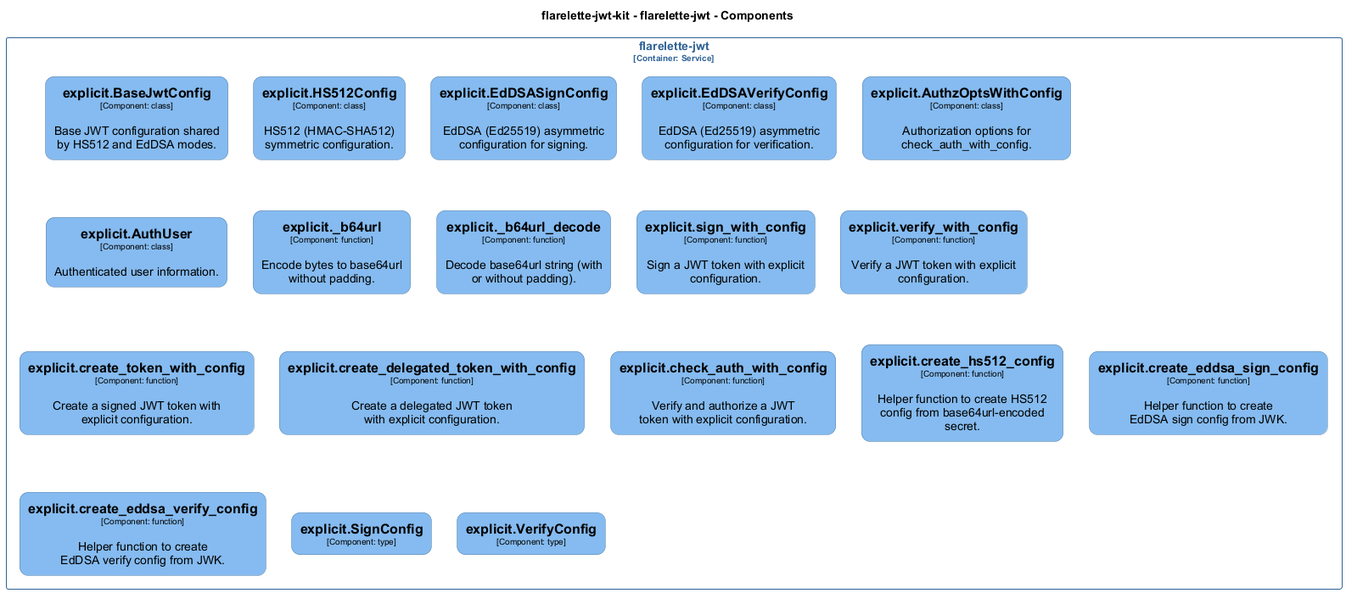
Before: docs/architecture/diagrams/structurizr-Classes_flarelette_jwt__explicit.png, a diagram exported from PlantUML (chrislyons-dev/flarelette-jwt-kit).
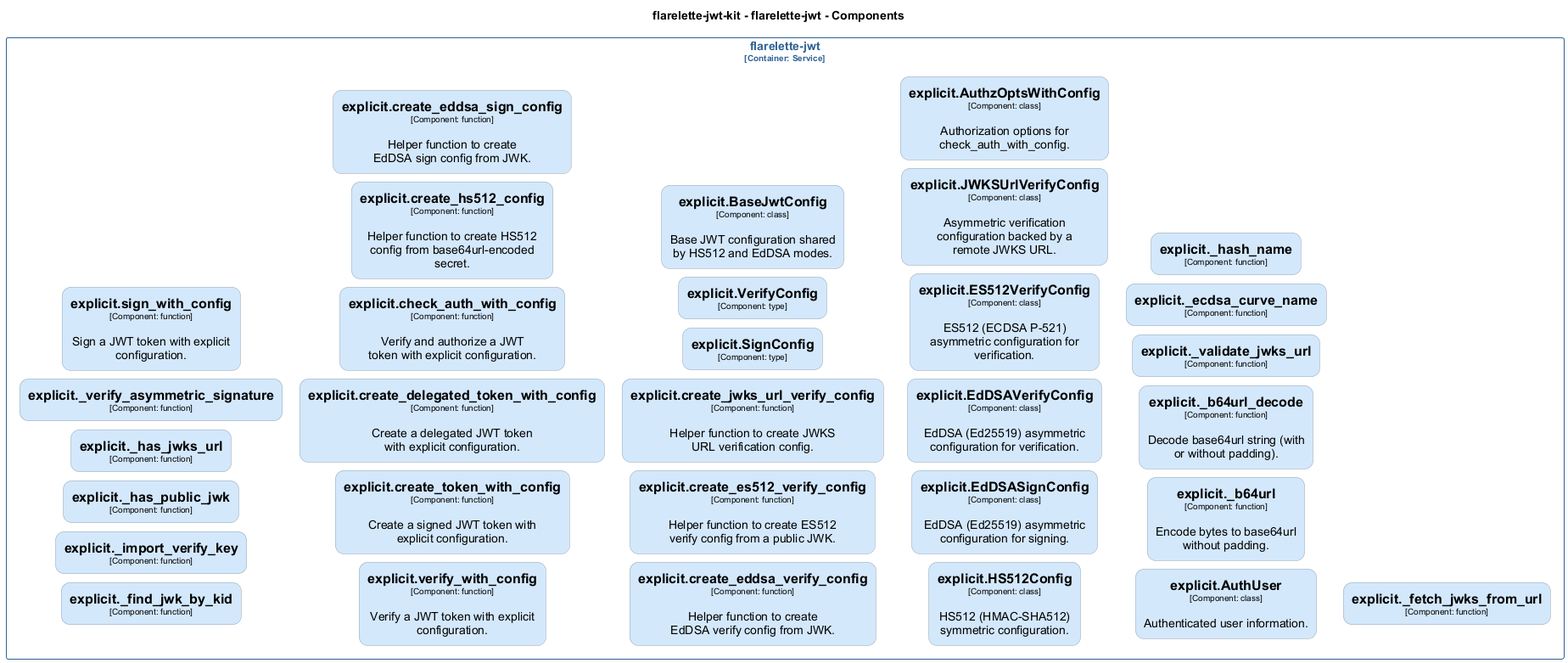
After the change.

What changed in the source:
```diff
@@ -2,9 +2,9 @@
 set separator none
 title flarelette-jwt-kit - flarelette-jwt - Components
 
-top to bottom direction
-skinparam ranksep 60
-skinparam nodesep 30
+left to right direction
+skinparam ranksep 20
+skinparam nodesep 10
 
 skinparam {
   arrowFontSize 10
@@ -17,128 +17,219 @@
 hide stereotype
 
 skinparam rectangle<<flarelettejwtkit.flarelettejwt.explicitAuthUser>> {
-  BackgroundColor #85bbf0
+  BackgroundColor #d4e8fc
   FontColor #000000
-  BorderColor #5d82a8
+  BorderColor #94a2b0
   roundCorner 20
   shadowing false
 }
 skinparam rectangle<<flarelettejwtkit.flarelettejwt.explicitAuthzOptsWithConfig>> {
-  BackgroundColor #85bbf0
+  BackgroundColor #d4e8fc
   FontColor #000000
-  BorderColor #5d82a8
+  BorderColor #94a2b0
   roundCorner 20
   shadowing false
 }
 skinparam rectangle<<flarelettejwtkit.flarelettejwt.explicitBaseJwtConfig>> {
-  BackgroundColor #85bbf0
+  BackgroundColor #d4e8fc
   FontColor #000000
-  BorderColor #5d82a8
+  BorderColor #94a2b0
+  roundCorner 20
+  shadowing false
+}
+skinparam rectangle<<flarelettejwtkit.flarelettejwt.explicitES512VerifyConfig>> {
+  BackgroundColor #d4e8fc
+  FontColor #000000
+  BorderColor #94a2b0
   roundCorner 20
   shadowing false
 }
 skinparam rectangle<<flarelettejwtkit.flarelettejwt.explicitEdDSASignConfig>> {
-  BackgroundColor #85bbf0
+  BackgroundColor #d4e8fc
   FontColor #000000
-  BorderColor #5d82a8
+  BorderColor #94a2b0
   roundCorner 20
   shadowing false
 }
 skinparam rectangle<<flarelettejwtkit.flarelettejwt.explicitEdDSAVerifyConfig>> {
-  BackgroundColor #85bbf0
+  BackgroundColor #d4e8fc
   FontColor #000000
-  BorderColor #5d82a8
+  BorderColor #94a2b0
   roundCorner 20
   shadowing false
 }
 skinparam rectangle<<flarelettejwtkit.flarelettejwt.explicitHS512Config>> {
-  BackgroundColor #85bbf0
+  BackgroundColor #d4e8fc
   FontColor #000000
-  BorderColor #5d82a8
+  BorderColor #94a2b0
+  roundCorner 20
+  shadowing false
+}
+skinparam rectangle<<flarelettejwtkit.flarelettejwt.explicitJWKSUrlVerifyConfig>> {
+  BackgroundColor #d4e8fc
+  FontColor #000000
+  BorderColor #94a2b0
   roundCorner 20
   shadowing false
 }
 skinparam rectangle<<flarelettejwtkit.flarelettejwt.explicitSignConfig>> {
-  BackgroundColor #85bbf0
+  BackgroundColor #d4e8fc
   FontColor #000000
-  BorderColor #5d82a8
+  BorderColor #94a2b0
   roundCorner 20
   shadowing false
 }
 skinparam rectangle<<flarelettejwtkit.flarelettejwt.explicitVerifyConfig>> {
-  BackgroundColor #85bbf0
+  BackgroundColor #d4e8fc
   FontColor #000000
-  BorderColor #5d82a8
+  BorderColor #94a2b0
   roundCorner 20
   shadowing false
 }
 skinparam rectangle<<flarelettejwtkit.flarelettejwt.explicit_b64url>> {
-  BackgroundColor #85bbf0
+  BackgroundColor #d4e8fc
   FontColor #000000
-  BorderColor #5d82a8
+  BorderColor #94a2b0
   roundCorner 20
   shadowing false
 }
 skinparam rectangle<<flarelettejwtkit.flarelettejwt.explicit_b64url_decode>> {
-  BackgroundColor #85bbf0
+  BackgroundColor #d4e8fc
   FontColor #000000
-  BorderColor #5d82a8
+  BorderColor #94a2b0
+  roundCorner 20
+  shadowing false
+}
+skinparam rectangle<<flarelettejwtkit.flarelettejwt.explicit_ecdsa_curve_name>> {
+  BackgroundColor #d4e8fc
+  FontColor #000000
+  BorderColor #94a2b0
+  roundCorner 20
+  shadowing false
+}
+skinparam rectangle<<flarelettejwtkit.flarelettejwt.explicit_fetch_jwks_from_url>> {
+  BackgroundColor #d4e8fc
+  FontColor #000000
+  BorderColor #94a2b0
+  roundCorner 20
+  shadowing false
+}
+skinparam rectangle<<flarelettejwtkit.flarelettejwt.explicit_find_jwk_by_kid>> {
+  BackgroundColor #d4e8fc
+  FontColor #000000
+  BorderColor #94a2b0
+  roundCorner 20
+  shadowing false
+}
+skinparam rectangle<<flarelettejwtkit.flarelettejwt.explicit_has_jwks_url>> {
+  BackgroundColor #d4e8fc
+  FontColor #000000
+  BorderColor #94a2b0
+  roundCorner 20
+  shadowing false
+}
+skinparam rectangle<<flarelettejwtkit.flarelettejwt.explicit_has_public_jwk>> {
+  BackgroundColor #d4e8fc
+  FontColor #000000
+  BorderColor #94a2b0
+  roundCorner 20
+  shadowing false
+}
+skinparam rectangle<<flarelettejwtkit.flarelettejwt.explicit_hash_name>> {
+  BackgroundColor #d4e8fc
+  FontColor #000000
+  BorderColor #94a2b0
+  roundCorner 20
+  shadowing false
+}
+skinparam rectangle<<flarelettejwtkit.flarelettejwt.explicit_import_verify_key>> {
+  BackgroundColor #d4e8fc
+  FontColor #000000
+  BorderColor #94a2b0
+  roundCorner 20
+  shadowing false
+}
+skinparam rectangle<<flarelettejwtkit.flarelettejwt.explicit_validate_jwks_url>> {
+  BackgroundColor #d4e8fc
+  FontColor #000000
+  BorderColor #94a2b0
+  roundCorner 20
+  shadowing false
+}
+skinparam rectangle<<flarelettejwtkit.flarelettejwt.explicit_verify_asymmetric_signature>> {
+  BackgroundColor #d4e8fc
+  FontColor #000000
+  BorderColor #94a2b0
   roundCorner 20
   shadowing false
 }
 skinparam rectangle<<flarelettejwtkit.flarelettejwt.explicitcheck_auth_with_config>> {
-  BackgroundColor #85bbf0
+  BackgroundColor #d4e8fc
   FontColor #000000
-  BorderColor #5d82a8
+  BorderColor #94a2b0
   roundCorner 20
   shadowing false
 }
 skinparam rectangle<<flarelettejwtkit.flarelettejwt.explicitcreate_delegated_token_with_config>> {
-  BackgroundColor #85bbf0
+  BackgroundColor #d4e8fc
   FontColor #000000
-  BorderColor #5d82a8
+  BorderColor #94a2b0
   roundCorner 20
   shadowing false
 }
 skinparam rectangle<<flarelettejwtkit.flarelettejwt.explicitcreate_eddsa_sign_config>> {
-  BackgroundColor #85bbf0
+  BackgroundColor #d4e8fc
   FontColor #000000
-  BorderColor #5d82a8
+  BorderColor #94a2b0
   roundCorner 20
   shadowing false
 }
 skinparam rectangle<<flarelettejwtkit.flarelettejwt.explicitcreate_eddsa_verify_config>> {
-  BackgroundColor #85bbf0
+  BackgroundColor #d4e8fc
   FontColor #000000
-  BorderColor #5d82a8
+  BorderColor #94a2b0
+  roundCorner 20
+  shadowing false
+}
+skinparam rectangle<<flarelettejwtkit.flarelettejwt.explicitcreate_es512_verify_config>> {
+  BackgroundColor #d4e8fc
+  FontColor #000000
+  BorderColor #94a2b0
   roundCorner 20
   shadowing false
 }
 skinparam rectangle<<flarelettejwtkit.flarelettejwt.explicitcreate_hs512_config>> {
-  BackgroundColor #85bbf0
+  BackgroundColor #d4e8fc
   FontColor #000000
-  BorderColor #5d82a8
+  BorderColor #94a2b0
+  roundCorner 20
+  shadowing false
+}
+skinparam rectangle<<flarelettejwtkit.flarelettejwt.explicitcreate_jwks_url_verify_config>> {
+  BackgroundColor #d4e8fc
+  FontColor #000000
+  BorderColor #94a2b0
   roundCorner 20
   shadowing false
 }
 skinparam rectangle<<flarelettejwtkit.flarelettejwt.explicitcreate_token_with_config>> {
-  BackgroundColor #85bbf0
+  BackgroundColor #d4e8fc
   FontColor #000000
-  BorderColor #5d82a8
+  BorderColor #94a2b0
   roundCorner 20
   shadowing false
 }
 skinparam rectangle<<flarelettejwtkit.flarelettejwt.explicitsign_with_config>> {
-  BackgroundColor #85bbf0
+  BackgroundColor #d4e8fc
   FontColor #000000
-  BorderColor #5d82a8
+  BorderColor #94a2b0
   roundCorner 20
   shadowing false
 }
 skinparam rectangle<<flarelettejwtkit.flarelettejwt.explicitverify_with_config>> {
-  BackgroundColor #85bbf0
+  BackgroundColor #d4e8fc
   FontColor #000000
-  BorderColor #5d82a8
+  BorderColor #94a2b0
   roundCorner 20
   shadowing false
 }
@@ -149,14 +240,11 @@
 }
 
 rectangle "flarelette-jwt\n<size:10>[Container: Service]</size>" <<flarelettejwtkit.flarelettejwt>> {
-  rectangle "==explicit.BaseJwtConfig\n<size:10>[Component: class]</size>\n\nBase JWT configuration shared by HS512 and EdDSA modes." <<flarelettejwtkit.flarelettejwt.explicitBaseJwtConfig>> as flarelettejwtkit.flarelettejwt.explicitBaseJwtConfig
-  rectangle "==explicit.HS512Config\n<size:10>[Component: class]</size>\n\nHS512 (HMAC-SHA512) symmetric configuration." <<flarelettejwtkit.flarelettejwt.explicitHS512Config>> as flarelettejwtkit.flarelettejwt.explicitHS512Config
-  rectangle "==explicit.EdDSASignConfig\n<size:10>[Component: class]</size>\n\nEdDSA (Ed25519) asymmetric configuration for signing." <<flarelettejwtkit.flarelettejwt.explicitEdDSASignConfig>> as flarelettejwtkit.flarelettejwt.explicitEdDSASignConfig
-  rectangle "==explicit.EdDSAVerifyConfig\n<size:10>[Component: class]</size>\n\nEdDSA (Ed25519) asymmetric configuration for verification." <<flarelettejwtkit.flarelettejwt.explicitEdDSAVerifyConfig>> as flarelettejwtkit.flarelettejwt.explicitEdDSAVerifyConfig
-  rectangle "==explicit.AuthzOptsWithConfig\n<size:10>[Component: class]</size>\n\nAuthorization options for check_auth_with_config." <<flarelettejwtkit.flarelettejwt.explicitAuthzOptsWithConfig>> as flarelettejwtkit.flarelettejwt.explicitAuthzOptsWithConfig
-  rectangle "==explicit.AuthUser\n<size:10>[Component: class]</size>\n\nAuthenticated user information." <<flarelettejwtkit.flarelettejwt.explicitAuthUser>> as flarelettejwtkit.flarelettejwt.explicitAuthUser
-  rectangle "==explicit._b64url\n<size:10>[Component: function]</size>\n\nEncode bytes to base64url without padding." <<flarelettejwtkit.flarelettejwt.explicit_b64url>> as flarelettejwtkit.flarelettejwt.explicit_b64url
-  rectangle "==explicit._b64url_decode\n<size:10>[Component: function]</size>\n\nDecode base64url string (with or without padding)." <<flarelettejwtkit.flarelettejwt.explicit_b64url_decode>> as flarelettejwtkit.flarelettejwt.explicit_b64url_decode
+  rectangle "==explicit._find_jwk_by_kid\n<size:10>[Component: function]</size>" <<flarelettejwtkit.flarelettejwt.explicit_find_jwk_by_kid>> as flarelettejwtkit.flarelettejwt.explicit_find_jwk_by_kid
+  rectangle "==explicit._import_verify_key\n<size:10>[Component: function]</size>" <<flarelettejwtkit.flarelettejwt.explicit_import_verify_key>> as flarelettejwtkit.flarelettejwt.explicit_import_verify_key
+  rectangle "==explicit._has_public_jwk\n<size:10>[Component: function]</size>" <<flarelettejwtkit.flarelettejwt.explicit_has_public_jwk>> as flarelettejwtkit.flarelettejwt.explicit_has_public_jwk
+  rectangle "==explicit._has_jwks_url\n<size:10>[Component: function]</size>" <<flarelettejwtkit.flarelettejwt.explicit_has_jwks_url>> as flarelettejwtkit.flarelettejwt.explicit_has_jwks_url
+  rectangle "==explicit._verify_asymmetric_signature\n<size:10>[Component: function]</size>" <<flarelettejwtkit.flarelettejwt.explicit_verify_asymmetric_signature>> as flarelettejwtkit.flarelettejwt.explicit_verify_asymmetric_signature
   rectangle "==explicit.sign_with_config\n<size:10>[Component: function]</size>\n\nSign a JWT token with explicit configuration." <<flarelettejwtkit.flarelettejwt.explicitsign_with_config>> as flarelettejwtkit.flarelettejwt.explicitsign_with_config
   rectangle "==explicit.verify_with_config\n<size:10>[Component: function]</size>\n\nVerify a JWT token with explicit configuration." <<flarelettejwtkit.flarelettejwt.explicitverify_with_config>> as flarelettejwtkit.flarelettejwt.explicitverify_with_config
   rectangle "==explicit.create_token_with_config\n<size:10>[Component: function]</size>\n\nCreate a signed JWT token with explicit configuration." <<flarelettejwtkit.flarelettejwt.explicitcreate_token_with_config>> as flarelettejwtkit.flarelettejwt.explicitcreate_token_with_config
@@ -165,8 +253,24 @@
   rectangle "==explicit.create_hs512_config\n<size:10>[Component: function]</size>\n\nHelper function to create HS512 config from base64url-encoded secret." <<flarelettejwtkit.flarelettejwt.explicitcreate_hs512_config>> as flarelettejwtkit.flarelettejwt.explicitcreate_hs512_config
   rectangle "==explicit.create_eddsa_sign_config\n<size:10>[Component: function]</size>\n\nHelper function to create EdDSA sign config from JWK." <<flarelettejwtkit.flarelettejwt.explicitcreate_eddsa_sign_config>> as flarelettejwtkit.flarelettejwt.explicitcreate_eddsa_sign_config
   rectangle "==explicit.create_eddsa_verify_config\n<size:10>[Component: function]</size>\n\nHelper function to create EdDSA verify config from JWK." <<flarelettejwtkit.flarelettejwt.explicitcreate_eddsa_verify_config>> as flarelettejwtkit.flarelettejwt.explicitcreate_eddsa_verify_config
+  rectangle "==explicit.create_es512_verify_config\n<size:10>[Component: function]</size>\n\nHelper function to create ES512 verify config from a public JWK." <<flarelettejwtkit.flarelettejwt.explicitcreate_es512_verify_config>> as flarelettejwtkit.flarelettejwt.explicitcreate_es512_verify_config
+  rectangle "==explicit.create_jwks_url_verify_config\n<size:10>[Component: function]</size>\n\nHelper function to create JWKS URL verification config." <<flarelettejwtkit.flarelettejwt.explicitcreate_jwks_url_verify_config>> as flarelettejwtkit.flarelettejwt.explicitcreate_jwks_url_verify_config
   rectangle "==explicit.SignConfig\n<size:10>[Component: type]</size>" <<flarelettejwtkit.flarelettejwt.explicitSignConfig>> as flarelettejwtkit.flarelettejwt.explicitSignConfig
   rectangle "==explicit.VerifyConfig\n<size:10>[Component: type]</size>" <<flarelettejwtkit.flarelettejwt.explicitVerifyConfig>> as flarelettejwtkit.flarelettejwt.explicitVerifyConfig
+  rectangle "==explicit.BaseJwtConfig\n<size:10>[Component: class]</size>\n\nBase JWT configuration shared by HS512 and EdDSA modes." <<flarelettejwtkit.flarelettejwt.explicitBaseJwtConfig>> as flarelettejwtkit.flarelettejwt.explicitBaseJwtConfig
+  rectangle "==explicit.HS512Config\n<size:10>[Component: class]</size>\n\nHS512 (HMAC-SHA512) symmetric configuration." <<flarelettejwtkit.flarelettejwt.explicitHS512Config>> as flarelettejwtkit.flarelettejwt.explicitHS512Config
+  rectangle "==explicit.EdDSASignConfig\n<size:10>[Component: class]</size>\n\nEdDSA (Ed25519) asymmetric configuration for signing." <<flarelettejwtkit.flarelettejwt.explicitEdDSASignConfig>> as flarelettejwtkit.flarelettejwt.explicitEdDSASignConfig
+  rectangle "==explicit.EdDSAVerifyConfig\n<size:10>[Component: class]</size>\n\nEdDSA (Ed25519) asymmetric configuration for verification." <<flarelettejwtkit.flarelettejwt.explicitEdDSAVerifyConfig>> as flarelettejwtkit.flarelettejwt.explicitEdDSAVerifyConfig
+  rectangle "==explicit.ES512VerifyConfig\n<size:10>[Component: class]</size>\n\nES512 (ECDSA P-521) asymmetric configuration for verification." <<flarelettejwtkit.flarelettejwt.explicitES512VerifyConfig>> as flarelettejwtkit.flarelettejwt.explicitES512VerifyConfig
+  rectangle "==explicit.JWKSUrlVerifyConfig\n<size:10>[Component: class]</size>\n\nAsymmetric verification configuration backed by a remote JWKS URL." <<flarelettejwtkit.flarelettejwt.explicitJWKSUrlVerifyConfig>> as flarelettejwtkit.flarelettejwt.explicitJWKSUrlVerifyConfig
+  rectangle "==explicit.AuthzOptsWithConfig\n<size:10>[Component: class]</size>\n\nAuthorization options for check_auth_with_config." <<flarelettejwtkit.flarelettejwt.explicitAuthzOptsWithConfig>> as flarelettejwtkit.flarelettejwt.explicitAuthzOptsWithConfig
+  rectangle "==explicit.AuthUser\n<size:10>[Component: class]</size>\n\nAuthenticated user information." <<flarelettejwtkit.flarelettejwt.explicitAuthUser>> as flarelettejwtkit.flarelettejwt.explicitAuthUser
+  rectangle "==explicit._b64url\n<size:10>[Component: function]</size>\n\nEncode bytes to base64url without padding." <<flarelettejwtkit.flarelettejwt.explicit_b64url>> as flarelettejwtkit.flarelettejwt.explicit_b64url
+  rectangle "==explicit._b64url_decode\n<size:10>[Component: function]</size>\n\nDecode base64url string (with or without padding)." <<flarelettejwtkit.flarelettejwt.explicit_b64url_decode>> as flarelettejwtkit.flarelettejwt.explicit_b64url_decode
+  rectangle "==explicit._validate_jwks_url\n<size:10>[Component: function]</size>" <<flarelettejwtkit.flarelettejwt.explicit_validate_jwks_url>> as flarelettejwtkit.flarelettejwt.explicit_validate_jwks_url
+  rectangle "==explicit._ecdsa_curve_name\n<size:10>[Component: function]</size>" <<flarelettejwtkit.flarelettejwt.explicit_ecdsa_curve_name>> as flarelettejwtkit.flarelettejwt.explicit_ecdsa_curve_name
+  rectangle "==explicit._hash_name\n<size:10>[Component: function]</size>" <<flarelettejwtkit.flarelettejwt.explicit_hash_name>> as flarelettejwtkit.flarelettejwt.explicit_hash_name
+  rectangle "==explicit._fetch_jwks_from_url\n<size:10>[Component: function]</size>" <<flarelettejwtkit.flarelettejwt.explicit_fetch_jwks_from_url>> as flarelettejwtkit.flarelettejwt.explicit_fetch_jwks_from_url
 }
 
 @enduml
```
